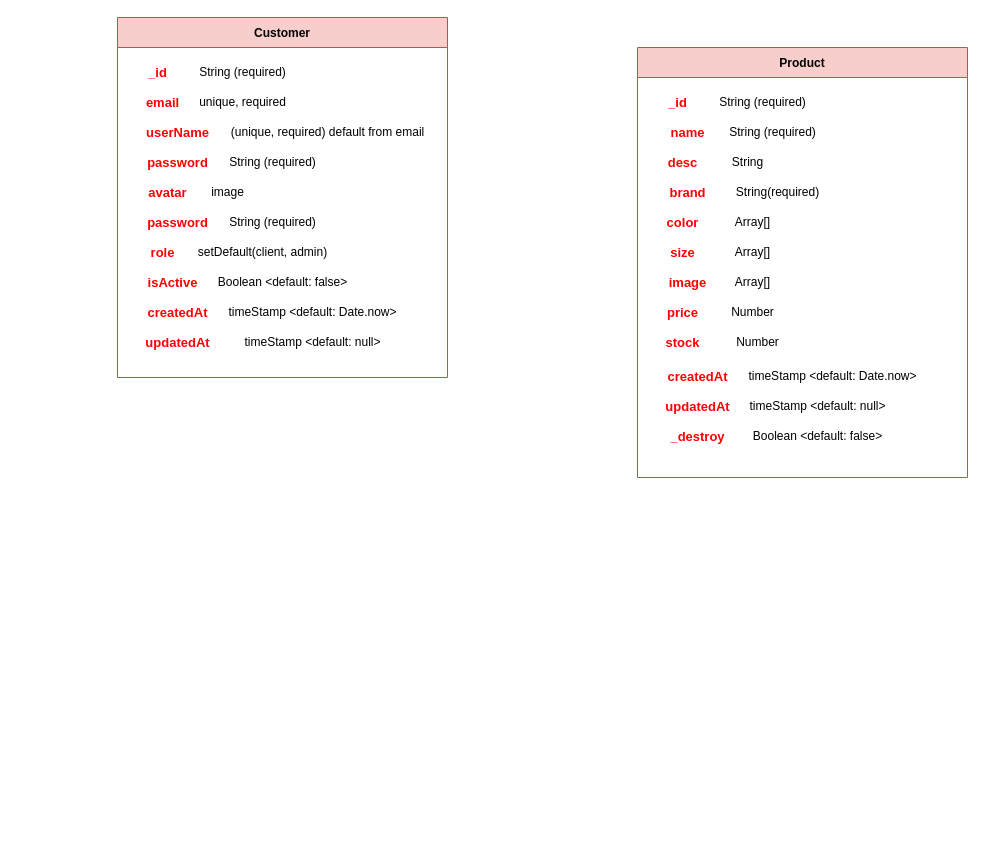
Before: page "Trang-2" (2 of 2) of Biểu đồ không có tiêu đề.drawio in GiaDuccc/shop-api, a draw.io diagram. Source tidied: cells renumbered, new cells numbered last; positions are measured from the earlier drawing's top-left corner, leaving out a move shared by most shapes. Both pictures are drawn from the tidied source at 100%, with x=0, y=0 at pixel (117, 17).
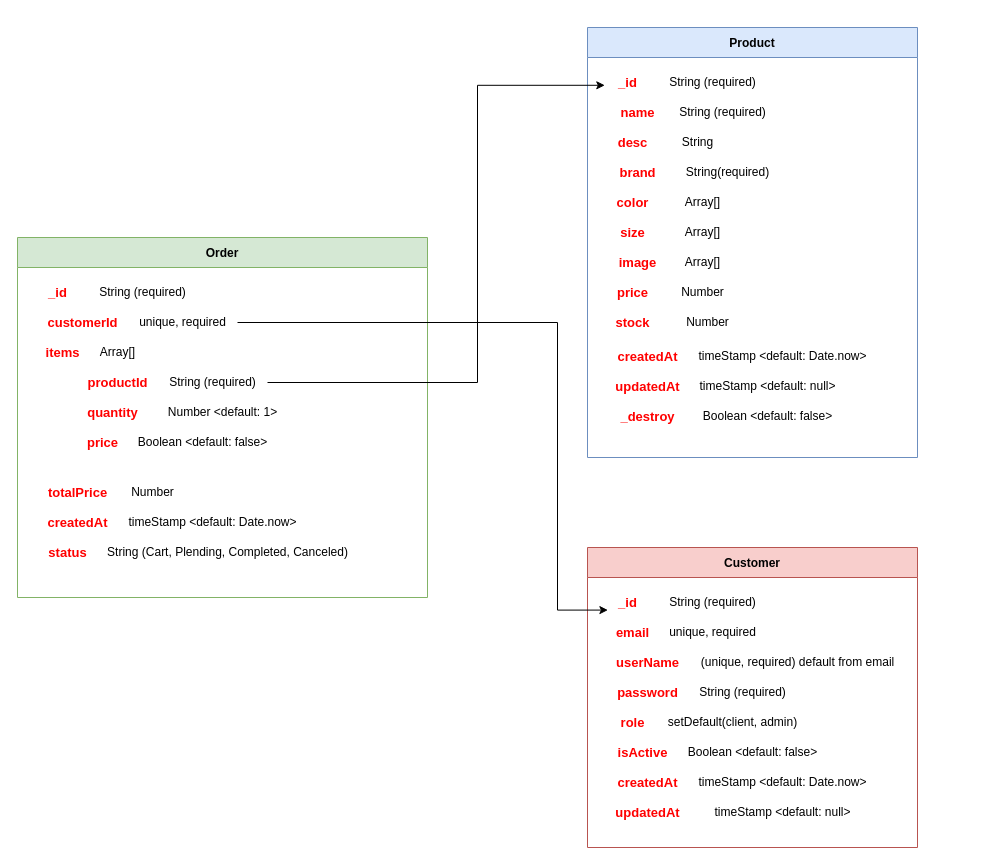
The same diagram, later.

Commit message:
Cập nhật Biểu đồ không có tiêu đề.drawio

Unchanged cells that the change refers to:
```xml
<mxCell id="3" value="_id" style="text;html=1;align=center;verticalAlign=middle;points=[];strokeColor=none;fillColor=default;fontStyle=1;labelBorderColor=none;labelBackgroundColor=none;fontColor=light-dark(#ff0000, #ededed);fontSize=13;" parent="2" vertex="1">
  <mxGeometry x="20" y="40" width="40" height="30" as="geometry" />
</mxCell>
<mxCell id="24" value="_id" style="text;html=1;align=center;verticalAlign=middle;points=[];strokeColor=none;fillColor=default;fontStyle=1;labelBorderColor=none;labelBackgroundColor=none;fontColor=light-dark(#ff0000, #ededed);fontSize=13;" parent="23" vertex="1">
  <mxGeometry x="20" y="40" width="40" height="30" as="geometry" />
</mxCell>
```

The edit, as a diff of the source:
```diff
@@
     <mxCell id="2" value="Customer" style="swimlane;startSize=30;fillColor=#f8cecc;strokeColor=#b85450;" parent="1" vertex="1">
-      <mxGeometry width="330" height="360" as="geometry" />
+      <mxGeometry x="470" y="530" width="330" height="300" as="geometry" />
     </mxCell>
@@
-    <mxCell id="11" value="avatar" style="text;html=1;align=center;verticalAlign=middle;strokeColor=none;fillColor=default;fontStyle=1;labelBorderColor=none;labelBackgroundColor=none;fontColor=light-dark(#ff0000, #ededed);fontSize=13;" parent="2" vertex="1">
-      <mxGeometry x="20" y="160" width="60" height="30" as="geometry" />
-    </mxCell>
-    <mxCell id="12" value="image" style="text;html=1;align=center;verticalAlign=middle;strokeColor=none;fillColor=none;" parent="2" vertex="1">
-      <mxGeometry x="80" y="160" width="60" height="30" as="geometry" />
-    </mxCell>
-    <mxCell id="13" value="password" style="text;html=1;align=center;verticalAlign=middle;strokeColor=none;fillColor=default;fontStyle=1;labelBorderColor=none;labelBackgroundColor=none;fontColor=light-dark(#ff0000, #ededed);fontSize=13;" parent="2" vertex="1">
-      <mxGeometry x="20" y="190" width="80" height="30" as="geometry" />
-    </mxCell>
-    <mxCell id="14" value="String (required)" style="text;html=1;align=center;verticalAlign=middle;strokeColor=none;fillColor=none;" parent="2" vertex="1">
-      <mxGeometry x="100" y="190" width="110" height="30" as="geometry" />
-    </mxCell>
     <mxCell id="15" value="role" style="text;html=1;align=center;verticalAlign=middle;strokeColor=none;fillColor=default;fontStyle=1;labelBorderColor=none;labelBackgroundColor=none;fontColor=light-dark(#ff0000, #ededed);fontSize=13;" parent="2" vertex="1">
-      <mxGeometry x="20" y="220" width="50" height="30" as="geometry" />
+      <mxGeometry x="20" y="160" width="50" height="30" as="geometry" />
     </mxCell>
     <mxCell id="16" value="setDefault(client, admin)" style="text;html=1;align=center;verticalAlign=middle;strokeColor=none;fillColor=none;" parent="2" vertex="1">
-      <mxGeometry x="70" y="220" width="150" height="30" as="geometry" />
+      <mxGeometry x="70" y="160" width="150" height="30" as="geometry" />
     </mxCell>
     <mxCell id="17" value="isActive" style="text;html=1;align=center;verticalAlign=middle;strokeColor=none;fillColor=default;fontStyle=1;labelBorderColor=none;labelBackgroundColor=none;fontColor=light-dark(#ff0000, #ededed);fontSize=13;" parent="2" vertex="1">
-      <mxGeometry x="20" y="250" width="70" height="30" as="geometry" />
+      <mxGeometry x="20" y="190" width="70" height="30" as="geometry" />
     </mxCell>
     <mxCell id="18" value="Boolean &amp;lt;default: false&amp;gt;" style="text;html=1;align=center;verticalAlign=middle;strokeColor=none;fillColor=none;" parent="2" vertex="1">
-      <mxGeometry x="90" y="250" width="150" height="30" as="geometry" />
+      <mxGeometry x="90" y="190" width="150" height="30" as="geometry" />
     </mxCell>
     <mxCell id="19" value="createdAt" style="text;html=1;align=center;verticalAlign=middle;strokeColor=none;fillColor=default;fontStyle=1;labelBorderColor=none;labelBackgroundColor=none;fontColor=light-dark(#ff0000, #ededed);fontSize=13;" parent="2" vertex="1">
-      <mxGeometry x="20" y="280" width="80" height="30" as="geometry" />
+      <mxGeometry x="20" y="220" width="80" height="30" as="geometry" />
     </mxCell>
     <mxCell id="20" value="timeStamp &amp;lt;default: Date.now&amp;gt;" style="text;html=1;align=center;verticalAlign=middle;strokeColor=none;fillColor=none;" parent="2" vertex="1">
-      <mxGeometry x="100" y="280" width="190" height="30" as="geometry" />
+      <mxGeometry x="100" y="220" width="190" height="30" as="geometry" />
     </mxCell>
     <mxCell id="21" value="updatedAt" style="text;html=1;align=center;verticalAlign=middle;strokeColor=none;fillColor=default;fontStyle=1;labelBorderColor=none;labelBackgroundColor=none;fontColor=light-dark(#ff0000, #ededed);fontSize=13;" parent="2" vertex="1">
-      <mxGeometry x="20" y="310" width="80" height="30" as="geometry" />
+      <mxGeometry x="20" y="250" width="80" height="30" as="geometry" />
     </mxCell>
     <mxCell id="22" value="timeStamp &amp;lt;default: null&amp;gt;" style="text;html=1;align=center;verticalAlign=middle;strokeColor=none;fillColor=none;" parent="2" vertex="1">
-      <mxGeometry x="115" y="310" width="160" height="30" as="geometry" />
+      <mxGeometry x="115" y="250" width="160" height="30" as="geometry" />
     </mxCell>
-    <mxCell id="23" value="Product" style="swimlane;startSize=30;fillColor=#f8cecc;strokeColor=#b85450;" parent="1" vertex="1">
-      <mxGeometry x="520" y="30" width="330" height="430" as="geometry" />
+    <mxCell id="23" value="Product" style="swimlane;startSize=30;fillColor=#dae8fc;strokeColor=#6c8ebf;" parent="1" vertex="1">
+      <mxGeometry x="470" y="10" width="330" height="430" as="geometry" />
     </mxCell>
@@
+    <mxCell id="48" value="Order" style="swimlane;startSize=30;fillColor=#d5e8d4;strokeColor=#82b366;" parent="1" vertex="1">
+      <mxGeometry x="-100" y="220" width="410" height="360" as="geometry" />
+    </mxCell>
+    <mxCell id="49" value="_id" style="text;html=1;align=center;verticalAlign=middle;strokeColor=none;fillColor=default;fontStyle=1;labelBorderColor=none;labelBackgroundColor=none;fontColor=light-dark(#ff0000, #ededed);fontSize=13;" parent="48" vertex="1">
+      <mxGeometry x="20" y="40" width="40" height="30" as="geometry" />
+    </mxCell>
+    <mxCell id="50" value="String (required)" style="text;html=1;align=center;verticalAlign=middle;strokeColor=none;fillColor=none;" parent="48" vertex="1">
+      <mxGeometry x="70" y="40" width="110" height="30" as="geometry" />
+    </mxCell>
+    <mxCell id="51" value="customerId" style="text;html=1;align=center;verticalAlign=middle;strokeColor=none;fillColor=default;fontStyle=1;labelBorderColor=none;labelBackgroundColor=none;fontColor=light-dark(#ff0000, #ededed);fontSize=13;" parent="48" vertex="1">
+      <mxGeometry x="20" y="70" width="90" height="30" as="geometry" />
+    </mxCell>
+    <mxCell id="52" value="unique, required" style="text;html=1;align=center;verticalAlign=middle;points=[];strokeColor=none;fillColor=none;" parent="48" vertex="1">
+      <mxGeometry x="110" y="70" width="110" height="30" as="geometry" />
+    </mxCell>
+    <mxCell id="53" value="items" style="text;html=1;align=center;verticalAlign=middle;strokeColor=none;fillColor=default;fontStyle=1;labelBorderColor=none;labelBackgroundColor=none;fontColor=light-dark(#ff0000, #ededed);fontSize=13;" parent="48" vertex="1">
+      <mxGeometry x="20" y="100" width="50" height="30" as="geometry" />
+    </mxCell>
+    <mxCell id="54" value="Array[]" style="text;html=1;align=center;verticalAlign=middle;strokeColor=none;fillColor=none;" parent="48" vertex="1">
+      <mxGeometry x="70" y="100" width="60" height="30" as="geometry" />
+    </mxCell>
+    <mxCell id="55" value="productId" style="text;html=1;align=center;verticalAlign=middle;strokeColor=none;fillColor=default;fontStyle=1;labelBorderColor=none;labelBackgroundColor=none;fontColor=light-dark(#ff0000, #ededed);fontSize=13;" parent="48" vertex="1">
+      <mxGeometry x="60" y="130" width="80" height="30" as="geometry" />
+    </mxCell>
+    <mxCell id="56" value="String (required)" style="text;html=1;align=center;verticalAlign=middle;points=[];strokeColor=none;fillColor=none;" parent="48" vertex="1">
+      <mxGeometry x="140" y="130" width="110" height="30" as="geometry" />
+    </mxCell>
+    <mxCell id="57" value="quantity" style="text;html=1;align=center;verticalAlign=middle;strokeColor=none;fillColor=default;fontStyle=1;labelBorderColor=none;labelBackgroundColor=none;fontColor=light-dark(#ff0000, #ededed);fontSize=13;" parent="48" vertex="1">
+      <mxGeometry x="60" y="160" width="70" height="30" as="geometry" />
+    </mxCell>
+    <mxCell id="58" value="Number &amp;lt;default: 1&amp;gt;" style="text;html=1;align=center;verticalAlign=middle;strokeColor=none;fillColor=none;" parent="48" vertex="1">
+      <mxGeometry x="140" y="160" width="130" height="30" as="geometry" />
+    </mxCell>
+    <mxCell id="59" value="price" style="text;html=1;align=center;verticalAlign=middle;strokeColor=none;fillColor=default;fontStyle=1;labelBorderColor=none;labelBackgroundColor=none;fontColor=light-dark(#ff0000, #ededed);fontSize=13;" parent="48" vertex="1">
+      <mxGeometry x="60" y="190" width="50" height="30" as="geometry" />
+    </mxCell>
+    <mxCell id="60" value="Boolean &amp;lt;default: false&amp;gt;" style="text;html=1;align=center;verticalAlign=middle;strokeColor=none;fillColor=none;" parent="48" vertex="1">
+      <mxGeometry x="110" y="190" width="150" height="30" as="geometry" />
+    </mxCell>
+    <mxCell id="61" value="createdAt" style="text;html=1;align=center;verticalAlign=middle;strokeColor=none;fillColor=default;fontStyle=1;labelBorderColor=none;labelBackgroundColor=none;fontColor=light-dark(#ff0000, #ededed);fontSize=13;" parent="48" vertex="1">
+      <mxGeometry x="20" y="270" width="80" height="30" as="geometry" />
+    </mxCell>
+    <mxCell id="62" value="timeStamp &amp;lt;default: Date.now&amp;gt;" style="text;html=1;align=center;verticalAlign=middle;strokeColor=none;fillColor=none;" parent="48" vertex="1">
+      <mxGeometry x="100" y="270" width="190" height="30" as="geometry" />
+    </mxCell>
+    <mxCell id="63" value="status" style="text;html=1;align=center;verticalAlign=middle;strokeColor=none;fillColor=default;fontStyle=1;labelBorderColor=none;labelBackgroundColor=none;fontColor=light-dark(#ff0000, #ededed);fontSize=13;" parent="48" vertex="1">
+      <mxGeometry x="20" y="300" width="60" height="30" as="geometry" />
+    </mxCell>
+    <mxCell id="64" value="String (Cart, Plending, Completed, Canceled)" style="text;html=1;align=center;verticalAlign=middle;strokeColor=none;fillColor=none;" parent="48" vertex="1">
+      <mxGeometry x="80" y="300" width="260" height="30" as="geometry" />
+    </mxCell>
+    <mxCell id="65" value="totalPrice" style="text;html=1;align=center;verticalAlign=middle;strokeColor=none;fillColor=default;fontStyle=1;labelBorderColor=none;labelBackgroundColor=none;fontColor=light-dark(#ff0000, #ededed);fontSize=13;" parent="48" vertex="1">
+      <mxGeometry x="20" y="240" width="80" height="30" as="geometry" />
+    </mxCell>
+    <mxCell id="66" value="Number" style="text;html=1;align=center;verticalAlign=middle;strokeColor=none;fillColor=none;" parent="48" vertex="1">
+      <mxGeometry x="100" y="240" width="70" height="30" as="geometry" />
+    </mxCell>
+    <mxCell id="67" style="edgeStyle=orthogonalEdgeStyle;rounded=0;jettySize=auto;html=1;entryX=0.01;entryY=0.753;entryDx=0;entryDy=0;entryPerimeter=0;" parent="1" edge="1" source="52" target="3">
+      <mxGeometry relative="1" as="geometry">
+        <Array as="points">
+          <mxPoint x="440" y="305" />
+          <mxPoint x="440" y="593" />
+        </Array>
+      </mxGeometry>
+    </mxCell>
+    <mxCell id="68" style="edgeStyle=orthogonalEdgeStyle;rounded=0;jettySize=auto;html=1;entryX=-0.068;entryY=0.593;entryDx=0;entryDy=0;entryPerimeter=0;" parent="1" edge="1" source="56" target="24">
+      <mxGeometry relative="1" as="geometry">
+        <Array as="points">
+          <mxPoint x="360" y="365" />
+          <mxPoint x="360" y="68" />
+        </Array>
+      </mxGeometry>
+    </mxCell>
```
